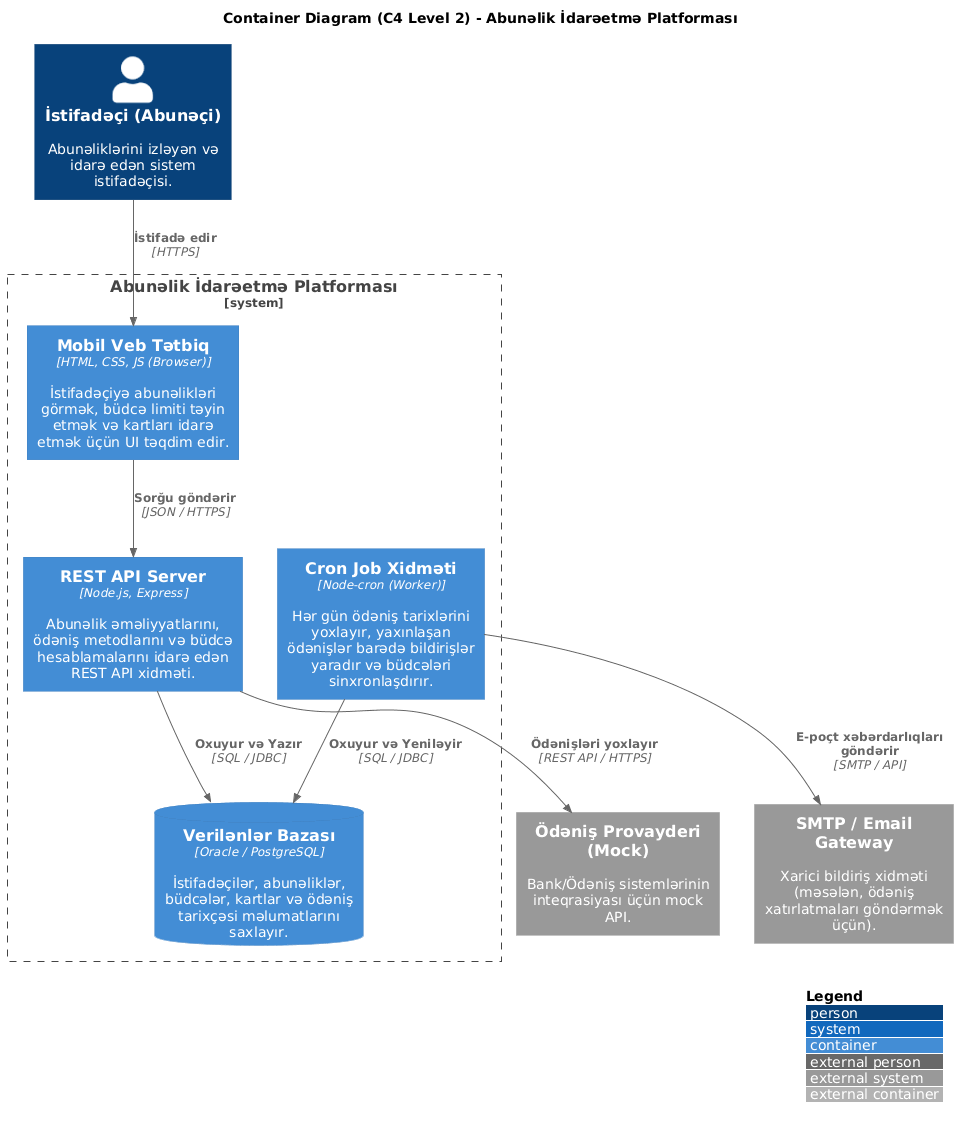
Above: public/Abunelik_C4_L2_Container_HD.png in abbassultanli71-hash/abune-api- (PlantUML), before the change. Source of this version:
```plantuml
@startuml
!include https://raw.githubusercontent.com/plantuml-stdlib/C4-PlantUML/master/C4_Container.puml

LAYOUT_WITH_LEGEND()

title Container Diagram (C4 Level 2) - Abunəlik İdarəetmə Platforması

Person(user, "İstifadəçi (Abunəçi)", "Abunəliklərini izləyən və idarə edən sistem istifadəçisi.")

System_Boundary(platform, "Abunəlik İdarəetmə Platforması") {
    Container(frontend, "Mobil Veb Tətbiq", "HTML, CSS, JS (Browser)", "İstifadəçiyə abunəlikləri görmək, büdcə limiti təyin etmək və kartları idarə etmək üçün UI təqdim edir.")
    Container(backend, "REST API Server", "Node.js, Express", "Abunəlik əməliyyatlarını, ödəniş metodlarını və büdcə hesablamalarını idarə edən REST API xidməti.")
    Container(cron, "Cron Job Xidməti", "Node-cron (Worker)", "Hər gün ödəniş tarixlərini yoxlayır, yaxınlaşan ödənişlər barədə bildirişlər yaradır və büdcələri sinxronlaşdırır.")

    ContainerDb(database, "Verilənlər Bazası", "Oracle / PostgreSQL", "İstifadəçilər, abunəliklər, büdcələr, kartlar və ödəniş tarixçəsi məlumatlarını saxlayır.")
}

System_Ext(email_service, "SMTP / Email Gateway", "Xarici bildiriş xidməti (məsələn, ödəniş xatırlatmaları göndərmək üçün).")
System_Ext(payment_gateway, "Ödəniş Provayderi (Mock)", "Bank/Ödəniş sistemlərinin inteqrasiyası üçün mock API.")

Rel(user, frontend, "İstifadə edir", "HTTPS")
Rel(frontend, backend, "Sorğu göndərir", "JSON / HTTPS")

Rel(backend, database, "Oxuyur və Yazır", "SQL / JDBC")
Rel(cron, database, "Oxuyur və Yeniləyir", "SQL / JDBC")

Rel(backend, payment_gateway, "Ödənişləri yoxlayır", "REST API / HTTPS")
Rel(cron, email_service, "E-poçt xəbərdarlıqları göndərir", "SMTP / API")
@enduml
```
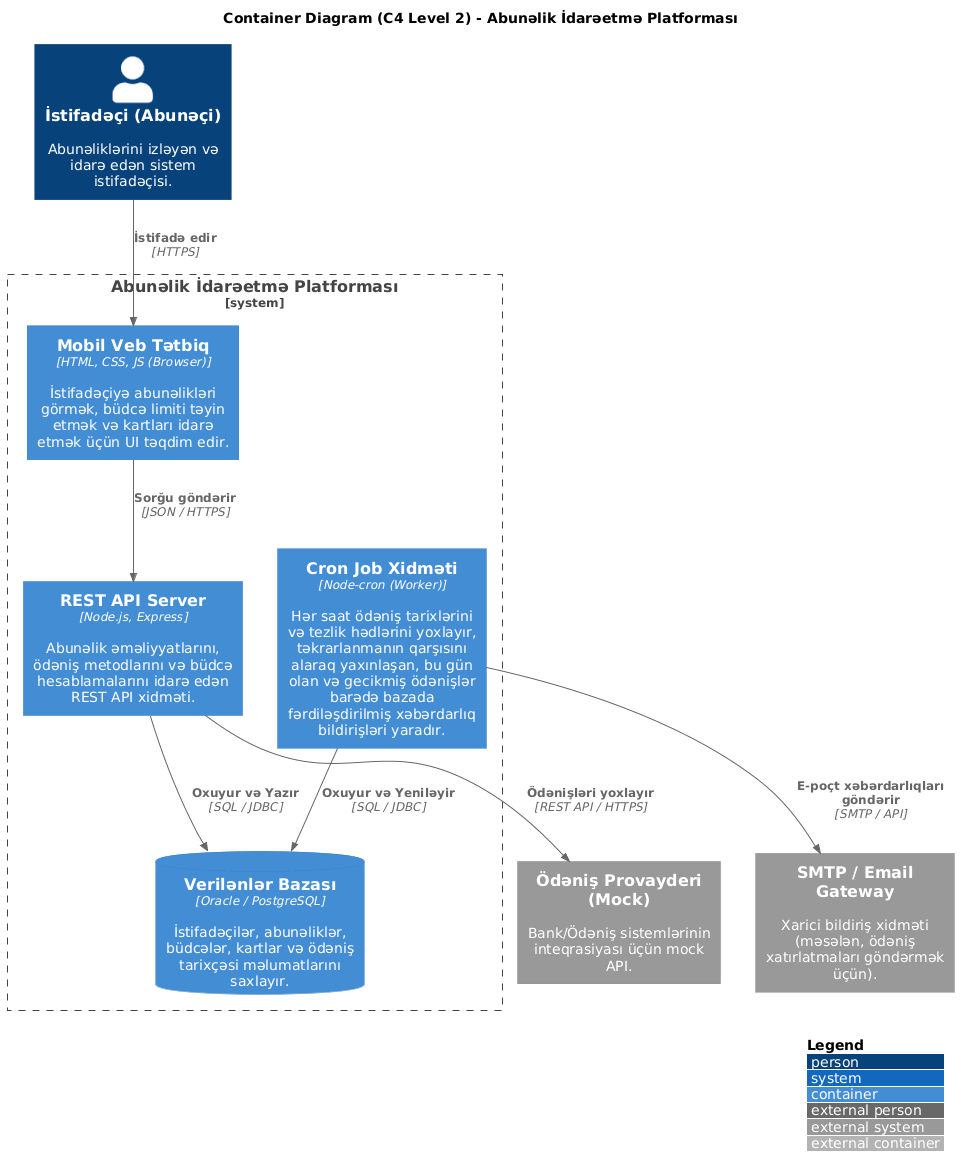
Later version of the same file.

Commit message:
Update C4 diagrams with detailed cron job responsibilities and Notification Service L3 component

Change to the diagram source:
```diff
@@ -10,8 +10,7 @@
 System_Boundary(platform, "Abunəlik İdarəetmə Platforması") {
     Container(frontend, "Mobil Veb Tətbiq", "HTML, CSS, JS (Browser)", "İstifadəçiyə abunəlikləri görmək, büdcə limiti təyin etmək və kartları idarə etmək üçün UI təqdim edir.")
     Container(backend, "REST API Server", "Node.js, Express", "Abunəlik əməliyyatlarını, ödəniş metodlarını və büdcə hesablamalarını idarə edən REST API xidməti.")
-    Container(cron, "Cron Job Xidməti", "Node-cron (Worker)", "Hər gün ödəniş tarixlərini yoxlayır, yaxınlaşan ödənişlər barədə bildirişlər yaradır və büdcələri sinxronlaşdırır.")
-
+    Container(cron, "Cron Job Xidməti", "Node-cron (Worker)", "Hər saat ödəniş tarixlərini və tezlik hədlərini yoxlayır, təkrarlanmanın qarşısını alaraq yaxınlaşan, bu gün olan və gecikmiş ödənişlər barədə bazada fərdiləşdirilmiş xəbərdarlıq bildirişləri yaradır.")
     ContainerDb(database, "Verilənlər Bazası", "Oracle / PostgreSQL", "İstifadəçilər, abunəliklər, büdcələr, kartlar və ödəniş tarixçəsi məlumatlarını saxlayır.")
 }
 
```
